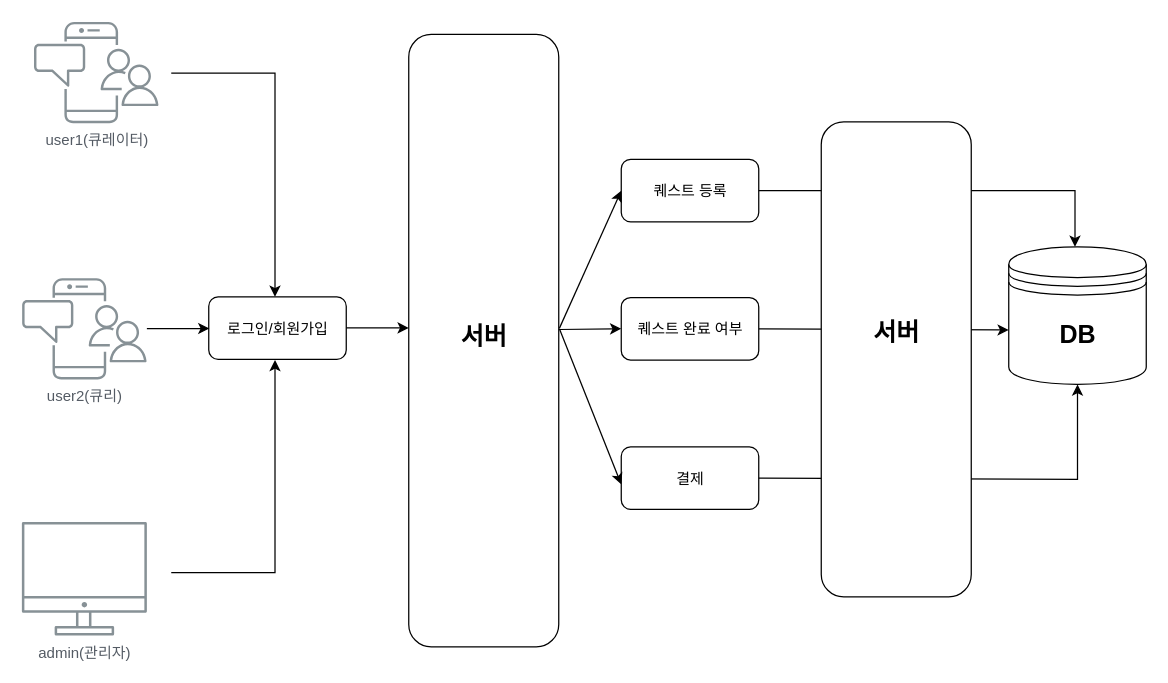
Before: page "Page-1" (1 of 2) of etc/개발계획서/시스템구성도.drawio in ddw1079/Qly, a draw.io diagram. Source tidied: cells renumbered, new cells numbered last; positions are measured from the earlier drawing's top-left corner, leaving out a move shared by most shapes. Both pictures are drawn from the tidied source at 125%, with x=0, y=0 at pixel (21, 21).
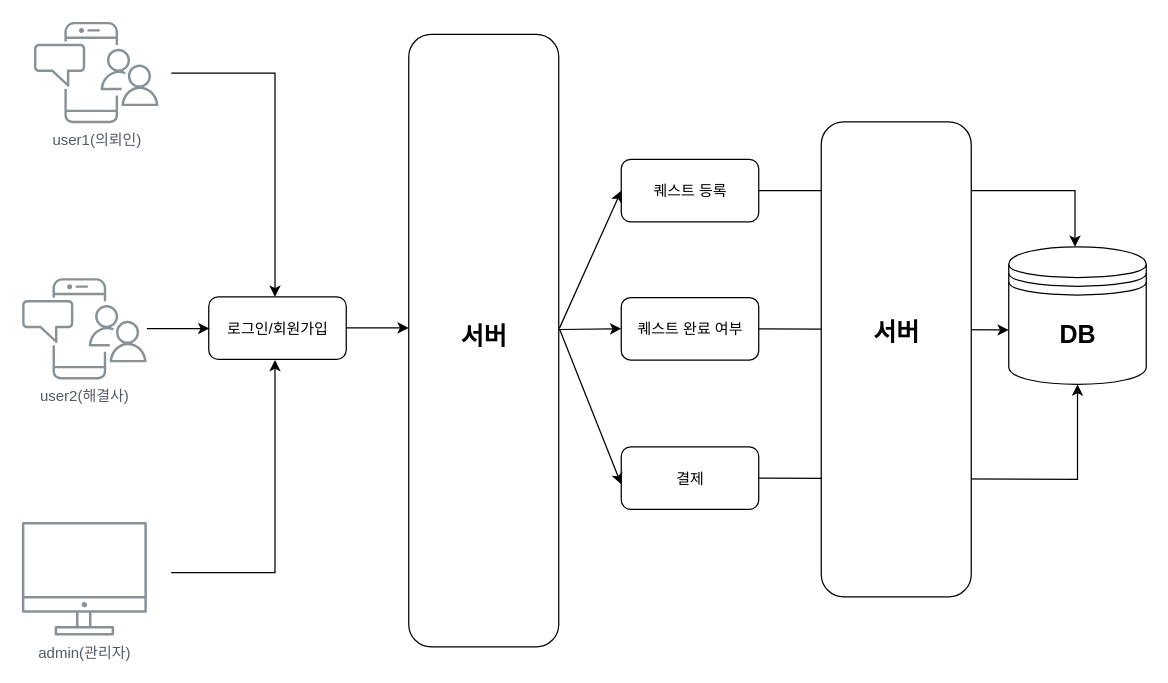
The same diagram, later.

The edit, as a diff of the source:
```diff
@@
-    <mxCell id="4" value="user1(큐레이터)" style="gradientColor=none;fontColor=#545B64;strokeColor=none;fillColor=#879196;dashed=0;verticalLabelPosition=bottom;verticalAlign=top;align=center;html=1;fontSize=12;fontStyle=0;shape=mxgraph.aws4.illustration_notification;labelBackgroundColor=#ffffff;" parent="1" vertex="1">
+    <mxCell id="4" value="user1(의뢰인)" style="gradientColor=none;fontColor=#545B64;strokeColor=none;fillColor=#879196;dashed=0;verticalLabelPosition=bottom;verticalAlign=top;align=center;html=1;fontSize=12;fontStyle=0;shape=mxgraph.aws4.illustration_notification;labelBackgroundColor=#ffffff;" parent="1" vertex="1">
       <mxGeometry x="9.5" width="100" height="81" as="geometry" />
     </mxCell>
-    <mxCell id="5" value="user2(큐리)" style="gradientColor=none;fontColor=#545B64;strokeColor=none;fillColor=#879196;dashed=0;verticalLabelPosition=bottom;verticalAlign=top;align=center;html=1;fontSize=12;fontStyle=0;shape=mxgraph.aws4.illustration_notification;labelBackgroundColor=#ffffff;" parent="1" vertex="1">
+    <mxCell id="5" value="user2(해결사)" style="gradientColor=none;fontColor=#545B64;strokeColor=none;fillColor=#879196;dashed=0;verticalLabelPosition=bottom;verticalAlign=top;align=center;html=1;fontSize=12;fontStyle=0;shape=mxgraph.aws4.illustration_notification;labelBackgroundColor=#ffffff;" parent="1" vertex="1">
       <mxGeometry y="205" width="100" height="81" as="geometry" />
     </mxCell>
```
